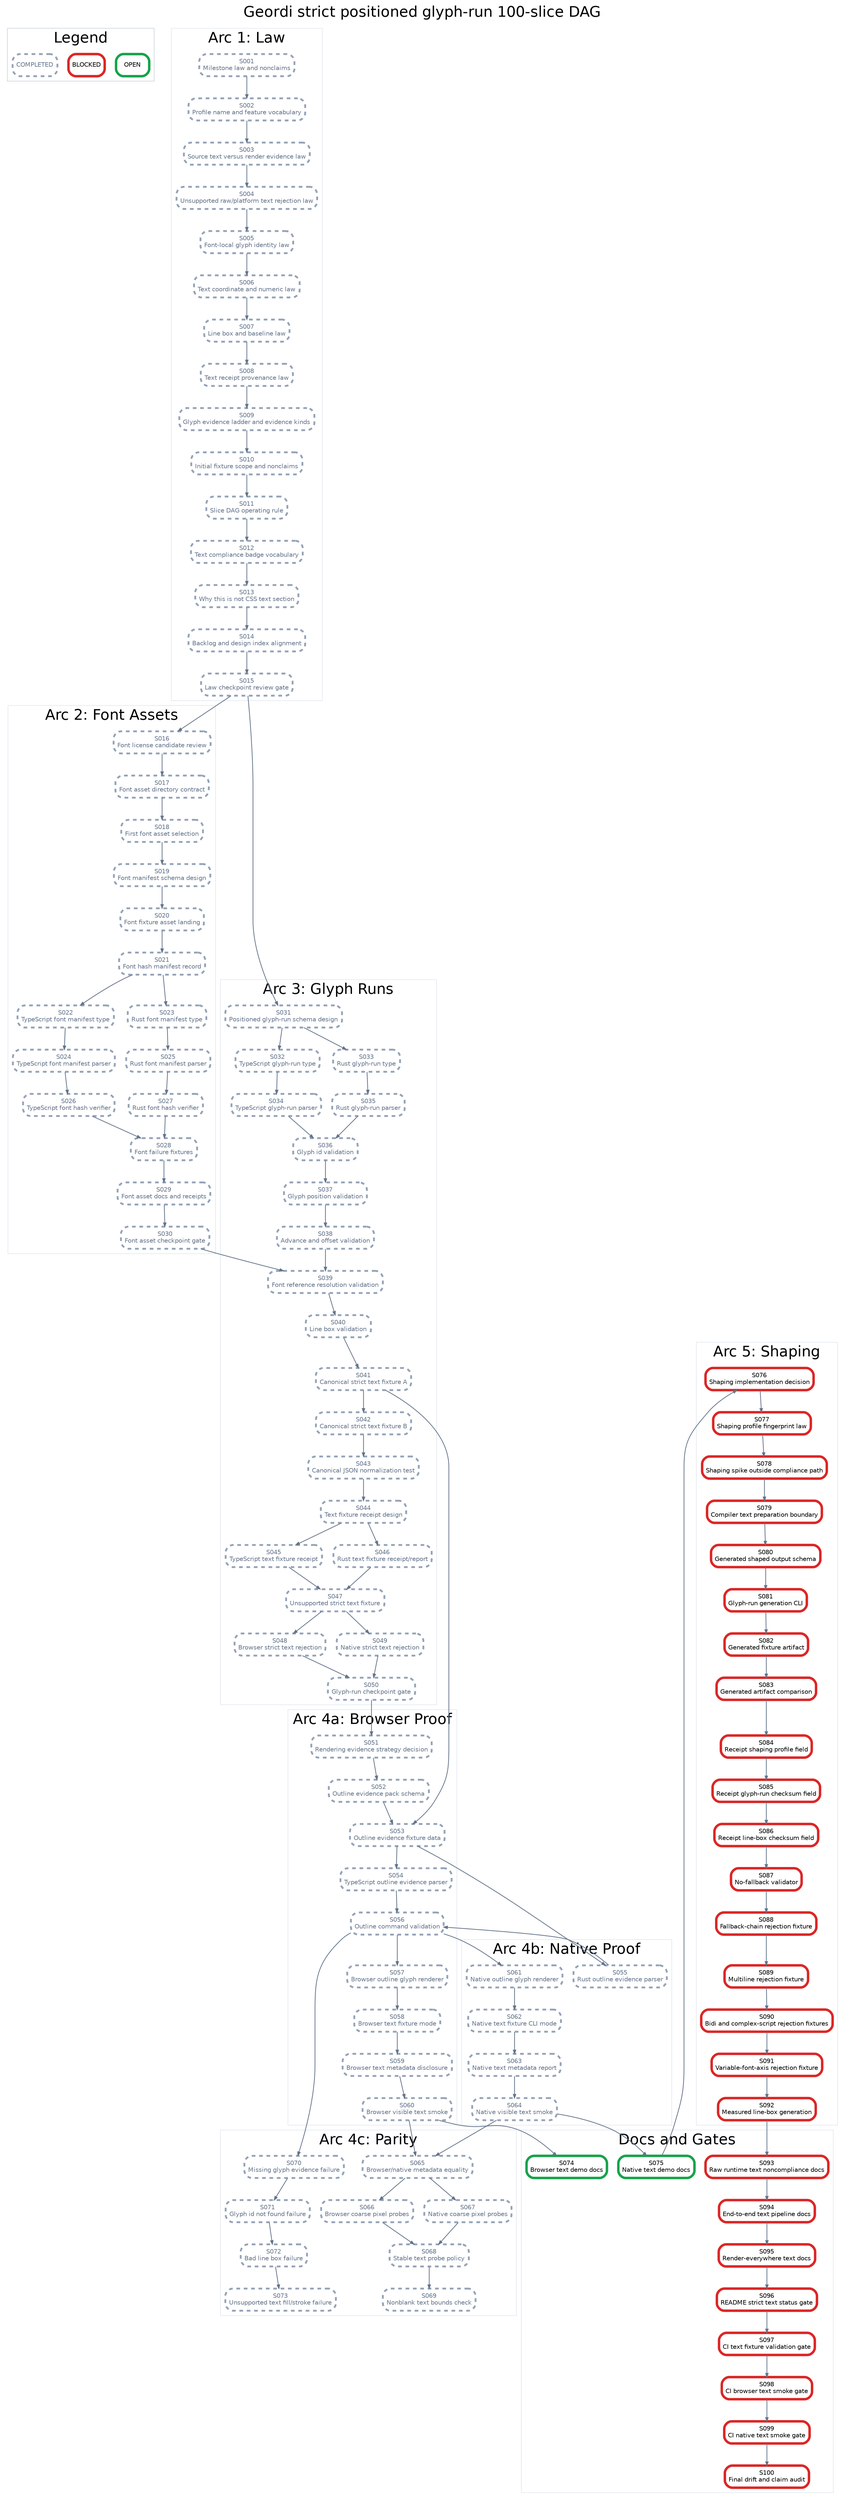
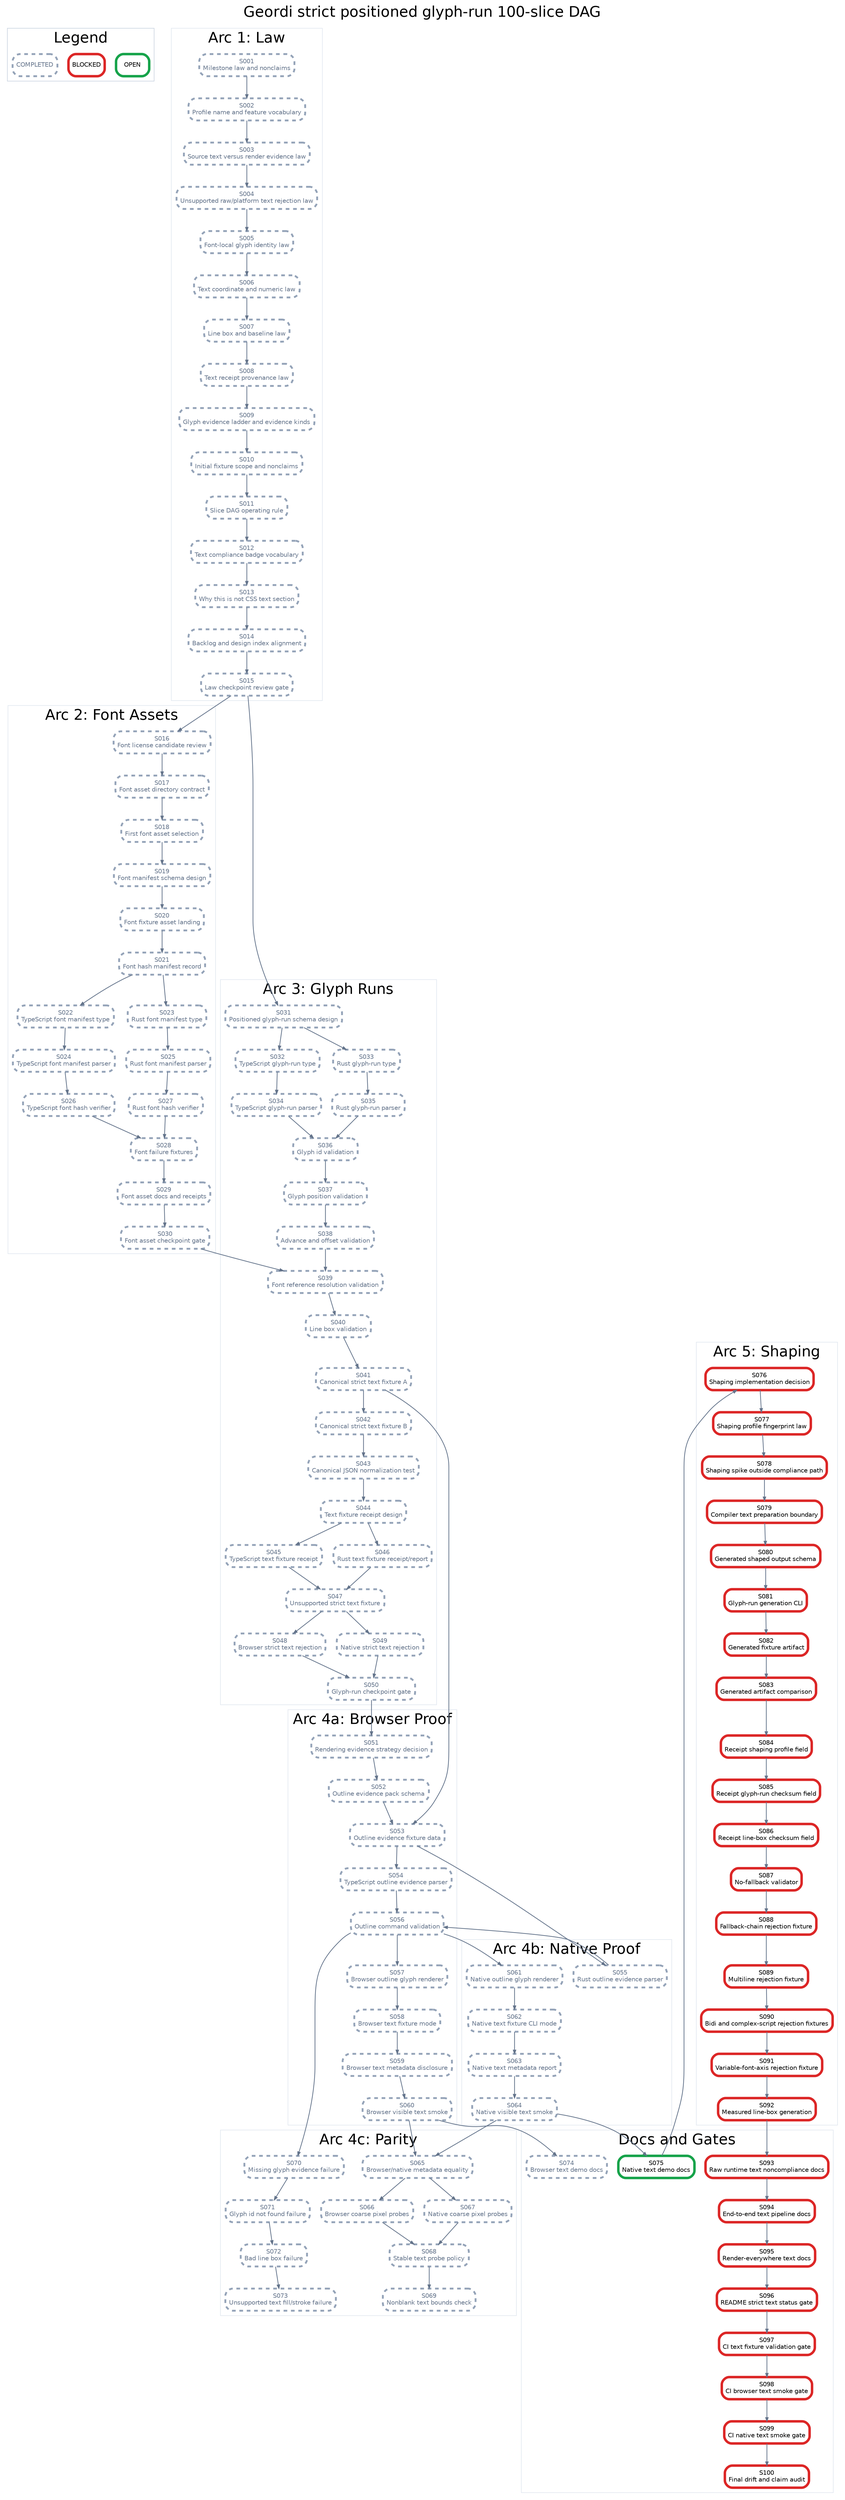
digraph StrictPositionedGlyphRunPlan {
  graph [rankdir=TB, bgcolor="white", fontname="Helvetica", label="Geordi strict positioned glyph-run 100-slice DAG", labelloc="t", fontsize=24];
  node [shape=box, style="rounded,filled", fillcolor="white", fontname="Helvetica", fontsize=10, margin="0.08,0.05"];
  edge [color="#64748b", arrowsize=0.6, penwidth=1.2];

  subgraph cluster_legend {
    label="Legend";
    color="#cbd5e1";
    legend_open [label="OPEN", color="#16a34a", penwidth=4];
    legend_blocked [label="BLOCKED", color="#dc2626", penwidth=4];
    legend_done [label="COMPLETED", color="#94a3b8", penwidth=3, style="rounded,filled,dashed", fontcolor="#64748b"];
  }

  subgraph cluster_law {
    label="Arc 1: Law";
    color="#e2e8f0";
    S001 [label="S001\nMilestone law and nonclaims", color="#94a3b8", penwidth=3, style="rounded,filled,dashed", fontcolor="#64748b"];
    S002 [label="S002\nProfile name and feature vocabulary", color="#94a3b8", penwidth=3, style="rounded,filled,dashed", fontcolor="#64748b"];
    S003 [label="S003\nSource text versus render evidence law", color="#94a3b8", penwidth=3, style="rounded,filled,dashed", fontcolor="#64748b"];
    S004 [label="S004\nUnsupported raw/platform text rejection law", color="#94a3b8", penwidth=3, style="rounded,filled,dashed", fontcolor="#64748b"];
    S005 [label="S005\nFont-local glyph identity law", color="#94a3b8", penwidth=3, style="rounded,filled,dashed", fontcolor="#64748b"];
    S006 [label="S006\nText coordinate and numeric law", color="#94a3b8", penwidth=3, style="rounded,filled,dashed", fontcolor="#64748b"];
    S007 [label="S007\nLine box and baseline law", color="#94a3b8", penwidth=3, style="rounded,filled,dashed", fontcolor="#64748b"];
    S008 [label="S008\nText receipt provenance law", color="#94a3b8", penwidth=3, style="rounded,filled,dashed", fontcolor="#64748b"];
    S009 [label="S009\nGlyph evidence ladder and evidence kinds", color="#94a3b8", penwidth=3, style="rounded,filled,dashed", fontcolor="#64748b"];
    S010 [label="S010\nInitial fixture scope and nonclaims", color="#94a3b8", penwidth=3, style="rounded,filled,dashed", fontcolor="#64748b"];
    S011 [label="S011\nSlice DAG operating rule", color="#94a3b8", penwidth=3, style="rounded,filled,dashed", fontcolor="#64748b"];
    S012 [label="S012\nText compliance badge vocabulary", color="#94a3b8", penwidth=3, style="rounded,filled,dashed", fontcolor="#64748b"];
    S013 [label="S013\nWhy this is not CSS text section", color="#94a3b8", penwidth=3, style="rounded,filled,dashed", fontcolor="#64748b"];
    S014 [label="S014\nBacklog and design index alignment", color="#94a3b8", penwidth=3, style="rounded,filled,dashed", fontcolor="#64748b"];
    S015 [label="S015\nLaw checkpoint review gate", color="#94a3b8", penwidth=3, style="rounded,filled,dashed", fontcolor="#64748b"];
  }

  subgraph cluster_assets {
    label="Arc 2: Font Assets";
    color="#e2e8f0";
    S016 [label="S016\nFont license candidate review", color="#94a3b8", penwidth=3, style="rounded,filled,dashed", fontcolor="#64748b"];
    S017 [label="S017\nFont asset directory contract", color="#94a3b8", penwidth=3, style="rounded,filled,dashed", fontcolor="#64748b"];
    S018 [label="S018\nFirst font asset selection", color="#94a3b8", penwidth=3, style="rounded,filled,dashed", fontcolor="#64748b"];
    S019 [label="S019\nFont manifest schema design", color="#94a3b8", penwidth=3, style="rounded,filled,dashed", fontcolor="#64748b"];
    S020 [label="S020\nFont fixture asset landing", color="#94a3b8", penwidth=3, style="rounded,filled,dashed", fontcolor="#64748b"];
    S021 [label="S021\nFont hash manifest record", color="#94a3b8", penwidth=3, style="rounded,filled,dashed", fontcolor="#64748b"];
    S022 [label="S022\nTypeScript font manifest type", color="#94a3b8", penwidth=3, style="rounded,filled,dashed", fontcolor="#64748b"];
    S023 [label="S023\nRust font manifest type", color="#94a3b8", penwidth=3, style="rounded,filled,dashed", fontcolor="#64748b"];
    S024 [label="S024\nTypeScript font manifest parser", color="#94a3b8", penwidth=3, style="rounded,filled,dashed", fontcolor="#64748b"];
    S025 [label="S025\nRust font manifest parser", color="#94a3b8", penwidth=3, style="rounded,filled,dashed", fontcolor="#64748b"];
    S026 [label="S026\nTypeScript font hash verifier", color="#94a3b8", penwidth=3, style="rounded,filled,dashed", fontcolor="#64748b"];
    S027 [label="S027\nRust font hash verifier", color="#94a3b8", penwidth=3, style="rounded,filled,dashed", fontcolor="#64748b"];
    S028 [label="S028\nFont failure fixtures", color="#94a3b8", penwidth=3, style="rounded,filled,dashed", fontcolor="#64748b"];
    S029 [label="S029\nFont asset docs and receipts", color="#94a3b8", penwidth=3, style="rounded,filled,dashed", fontcolor="#64748b"];
    S030 [label="S030\nFont asset checkpoint gate", color="#94a3b8", penwidth=3, style="rounded,filled,dashed", fontcolor="#64748b"];
  }

  subgraph cluster_glyph {
    label="Arc 3: Glyph Runs";
    color="#e2e8f0";
    S031 [label="S031\nPositioned glyph-run schema design", color="#94a3b8", penwidth=3, style="rounded,filled,dashed", fontcolor="#64748b"];
    S032 [label="S032\nTypeScript glyph-run type", color="#94a3b8", penwidth=3, style="rounded,filled,dashed", fontcolor="#64748b"];
    S033 [label="S033\nRust glyph-run type", color="#94a3b8", penwidth=3, style="rounded,filled,dashed", fontcolor="#64748b"];
    S034 [label="S034\nTypeScript glyph-run parser", color="#94a3b8", penwidth=3, style="rounded,filled,dashed", fontcolor="#64748b"];
    S035 [label="S035\nRust glyph-run parser", color="#94a3b8", penwidth=3, style="rounded,filled,dashed", fontcolor="#64748b"];
    S036 [label="S036\nGlyph id validation", color="#94a3b8", penwidth=3, style="rounded,filled,dashed", fontcolor="#64748b"];
    S037 [label="S037\nGlyph position validation", color="#94a3b8", penwidth=3, style="rounded,filled,dashed", fontcolor="#64748b"];
    S038 [label="S038\nAdvance and offset validation", color="#94a3b8", penwidth=3, style="rounded,filled,dashed", fontcolor="#64748b"];
    S039 [label="S039\nFont reference resolution validation", color="#94a3b8", penwidth=3, style="rounded,filled,dashed", fontcolor="#64748b"];
    S040 [label="S040\nLine box validation", color="#94a3b8", penwidth=3, style="rounded,filled,dashed", fontcolor="#64748b"];
    S041 [label="S041\nCanonical strict text fixture A", color="#94a3b8", penwidth=3, style="rounded,filled,dashed", fontcolor="#64748b"];
    S042 [label="S042\nCanonical strict text fixture B", color="#94a3b8", penwidth=3, style="rounded,filled,dashed", fontcolor="#64748b"];
    S043 [label="S043\nCanonical JSON normalization test", color="#94a3b8", penwidth=3, style="rounded,filled,dashed", fontcolor="#64748b"];
    S044 [label="S044\nText fixture receipt design", color="#94a3b8", penwidth=3, style="rounded,filled,dashed", fontcolor="#64748b"];
    S045 [label="S045\nTypeScript text fixture receipt", color="#94a3b8", penwidth=3, style="rounded,filled,dashed", fontcolor="#64748b"];
    S046 [label="S046\nRust text fixture receipt/report", color="#94a3b8", penwidth=3, style="rounded,filled,dashed", fontcolor="#64748b"];
    S047 [label="S047\nUnsupported strict text fixture", color="#94a3b8", penwidth=3, style="rounded,filled,dashed", fontcolor="#64748b"];
    S048 [label="S048\nBrowser strict text rejection", color="#94a3b8", penwidth=3, style="rounded,filled,dashed", fontcolor="#64748b"];
    S049 [label="S049\nNative strict text rejection", color="#94a3b8", penwidth=3, style="rounded,filled,dashed", fontcolor="#64748b"];
    S050 [label="S050\nGlyph-run checkpoint gate", color="#94a3b8", penwidth=3, style="rounded,filled,dashed", fontcolor="#64748b"];
  }

  subgraph cluster_browser {
    label="Arc 4a: Browser Proof";
    color="#e2e8f0";
    S051 [label="S051\nRendering evidence strategy decision", color="#94a3b8", penwidth=3, style="rounded,filled,dashed", fontcolor="#64748b"];
    S052 [label="S052\nOutline evidence pack schema", color="#94a3b8", penwidth=3, style="rounded,filled,dashed", fontcolor="#64748b"];
    S053 [label="S053\nOutline evidence fixture data", color="#94a3b8", penwidth=3, style="rounded,filled,dashed", fontcolor="#64748b"];
    S054 [label="S054\nTypeScript outline evidence parser", color="#94a3b8", penwidth=3, style="rounded,filled,dashed", fontcolor="#64748b"];
    S056 [label="S056\nOutline command validation", color="#94a3b8", penwidth=3, style="rounded,filled,dashed", fontcolor="#64748b"];
    S057 [label="S057\nBrowser outline glyph renderer", color="#94a3b8", penwidth=3, style="rounded,filled,dashed", fontcolor="#64748b"];
    S058 [label="S058\nBrowser text fixture mode", color="#94a3b8", penwidth=3, style="rounded,filled,dashed", fontcolor="#64748b"];
    S059 [label="S059\nBrowser text metadata disclosure", color="#94a3b8", penwidth=3, style="rounded,filled,dashed", fontcolor="#64748b"];
    S060 [label="S060\nBrowser visible text smoke", color="#94a3b8", penwidth=3, style="rounded,filled,dashed", fontcolor="#64748b"];
  }

  subgraph cluster_native {
    label="Arc 4b: Native Proof";
    color="#e2e8f0";
    S055 [label="S055\nRust outline evidence parser", color="#94a3b8", penwidth=3, style="rounded,filled,dashed", fontcolor="#64748b"];
    S061 [label="S061\nNative outline glyph renderer", color="#94a3b8", penwidth=3, style="rounded,filled,dashed", fontcolor="#64748b"];
    S062 [label="S062\nNative text fixture CLI mode", color="#94a3b8", penwidth=3, style="rounded,filled,dashed", fontcolor="#64748b"];
    S063 [label="S063\nNative text metadata report", color="#94a3b8", penwidth=3, style="rounded,filled,dashed", fontcolor="#64748b"];
    S064 [label="S064\nNative visible text smoke", color="#94a3b8", penwidth=3, style="rounded,filled,dashed", fontcolor="#64748b"];
  }

  subgraph cluster_parity {
    label="Arc 4c: Parity";
    color="#e2e8f0";
    S065 [label="S065\nBrowser/native metadata equality", color="#94a3b8", penwidth=3, style="rounded,filled,dashed", fontcolor="#64748b"];
    S066 [label="S066\nBrowser coarse pixel probes", color="#94a3b8", penwidth=3, style="rounded,filled,dashed", fontcolor="#64748b"];
    S067 [label="S067\nNative coarse pixel probes", color="#94a3b8", penwidth=3, style="rounded,filled,dashed", fontcolor="#64748b"];
    S068 [label="S068\nStable text probe policy", color="#94a3b8", penwidth=3, style="rounded,filled,dashed", fontcolor="#64748b"];
    S069 [label="S069\nNonblank text bounds check", color="#94a3b8", penwidth=3, style="rounded,filled,dashed", fontcolor="#64748b"];
    S070 [label="S070\nMissing glyph evidence failure", color="#94a3b8", penwidth=3, style="rounded,filled,dashed", fontcolor="#64748b"];
    S071 [label="S071\nGlyph id not found failure", color="#94a3b8", penwidth=3, style="rounded,filled,dashed", fontcolor="#64748b"];
    S072 [label="S072\nBad line box failure", color="#94a3b8", penwidth=3, style="rounded,filled,dashed", fontcolor="#64748b"];
    S073 [label="S073\nUnsupported text fill/stroke failure", color="#94a3b8", penwidth=3, style="rounded,filled,dashed", fontcolor="#64748b"];
  }

  subgraph cluster_shaping {
    label="Arc 5: Shaping";
    color="#e2e8f0";
    S076 [label="S076\nShaping implementation decision", color="#dc2626", penwidth=4];
    S077 [label="S077\nShaping profile fingerprint law", color="#dc2626", penwidth=4];
    S078 [label="S078\nShaping spike outside compliance path", color="#dc2626", penwidth=4];
    S079 [label="S079\nCompiler text preparation boundary", color="#dc2626", penwidth=4];
    S080 [label="S080\nGenerated shaped output schema", color="#dc2626", penwidth=4];
    S081 [label="S081\nGlyph-run generation CLI", color="#dc2626", penwidth=4];
    S082 [label="S082\nGenerated fixture artifact", color="#dc2626", penwidth=4];
    S083 [label="S083\nGenerated artifact comparison", color="#dc2626", penwidth=4];
    S084 [label="S084\nReceipt shaping profile field", color="#dc2626", penwidth=4];
    S085 [label="S085\nReceipt glyph-run checksum field", color="#dc2626", penwidth=4];
    S086 [label="S086\nReceipt line-box checksum field", color="#dc2626", penwidth=4];
    S087 [label="S087\nNo-fallback validator", color="#dc2626", penwidth=4];
    S088 [label="S088\nFallback-chain rejection fixture", color="#dc2626", penwidth=4];
    S089 [label="S089\nMultiline rejection fixture", color="#dc2626", penwidth=4];
    S090 [label="S090\nBidi and complex-script rejection fixtures", color="#dc2626", penwidth=4];
    S091 [label="S091\nVariable-font-axis rejection fixture", color="#dc2626", penwidth=4];
    S092 [label="S092\nMeasured line-box generation", color="#dc2626", penwidth=4];
  }

  subgraph cluster_docs {
    label="Docs and Gates";
    color="#e2e8f0";
-     S074 [label="S074\nBrowser text demo docs", color="#16a34a", penwidth=4];
+     S074 [label="S074\nBrowser text demo docs", color="#94a3b8", penwidth=3, style="rounded,filled,dashed", fontcolor="#64748b"];
    S075 [label="S075\nNative text demo docs", color="#16a34a", penwidth=4];
    S093 [label="S093\nRaw runtime text noncompliance docs", color="#dc2626", penwidth=4];
    S094 [label="S094\nEnd-to-end text pipeline docs", color="#dc2626", penwidth=4];
    S095 [label="S095\nRender-everywhere text docs", color="#dc2626", penwidth=4];
    S096 [label="S096\nREADME strict text status gate", color="#dc2626", penwidth=4];
    S097 [label="S097\nCI text fixture validation gate", color="#dc2626", penwidth=4];
    S098 [label="S098\nCI browser text smoke gate", color="#dc2626", penwidth=4];
    S099 [label="S099\nCI native text smoke gate", color="#dc2626", penwidth=4];
    S100 [label="S100\nFinal drift and claim audit", color="#dc2626", penwidth=4];
  }

  S001 -> S002;
  S002 -> S003;
  S003 -> S004;
  S004 -> S005;
  S005 -> S006;
  S006 -> S007;
  S007 -> S008;
  S008 -> S009;
  S009 -> S010;
  S010 -> S011;
  S011 -> S012;
  S012 -> S013;
  S013 -> S014;
  S014 -> S015;
  S015 -> S016;
  S016 -> S017;
  S017 -> S018;
  S018 -> S019;
  S019 -> S020;
  S020 -> S021;
  S021 -> S022;
  S021 -> S023;
  S022 -> S024;
  S023 -> S025;
  S024 -> S026;
  S025 -> S027;
  S026 -> S028;
  S027 -> S028;
  S028 -> S029;
  S029 -> S030;
  S015 -> S031;
  S031 -> S032;
  S031 -> S033;
  S032 -> S034;
  S033 -> S035;
  S034 -> S036;
  S035 -> S036;
  S036 -> S037;
  S037 -> S038;
  S038 -> S039;
  S039 -> S040;
  S030 -> S039;
  S040 -> S041;
  S041 -> S042;
  S042 -> S043;
  S043 -> S044;
  S044 -> S045;
  S044 -> S046;
  S045 -> S047;
  S046 -> S047;
  S047 -> S048;
  S047 -> S049;
  S048 -> S050;
  S049 -> S050;
  S050 -> S051;
  S051 -> S052;
  S052 -> S053;
  S041 -> S053;
  S053 -> S054;
  S053 -> S055;
  S054 -> S056;
  S055 -> S056;
  S056 -> S057;
  S057 -> S058;
  S058 -> S059;
  S059 -> S060;
  S056 -> S061;
  S061 -> S062;
  S062 -> S063;
  S063 -> S064;
  S060 -> S065;
  S064 -> S065;
  S065 -> S066;
  S065 -> S067;
  S066 -> S068;
  S067 -> S068;
  S068 -> S069;
  S056 -> S070;
  S070 -> S071;
  S071 -> S072;
  S072 -> S073;
  S060 -> S074;
  S064 -> S075;
  S075 -> S076;
  S076 -> S077;
  S077 -> S078;
  S078 -> S079;
  S079 -> S080;
  S080 -> S081;
  S081 -> S082;
  S082 -> S083;
  S083 -> S084;
  S084 -> S085;
  S085 -> S086;
  S086 -> S087;
  S087 -> S088;
  S088 -> S089;
  S089 -> S090;
  S090 -> S091;
  S091 -> S092;
  S092 -> S093;
  S093 -> S094;
  S094 -> S095;
  S095 -> S096;
  S096 -> S097;
  S097 -> S098;
  S098 -> S099;
  S099 -> S100;
}
